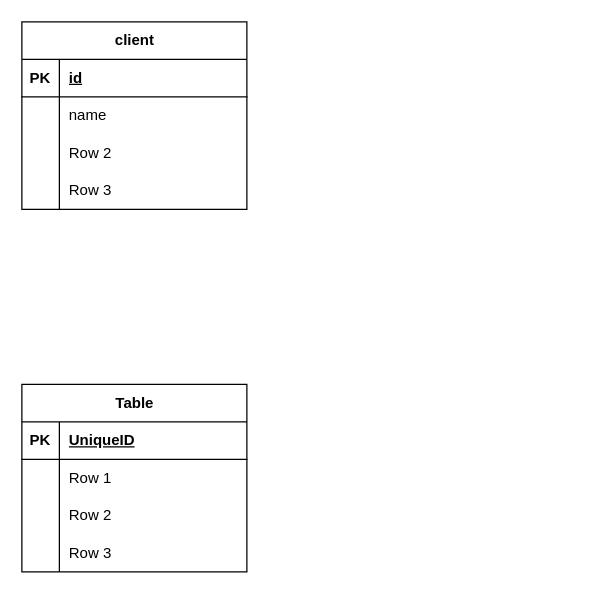
Before: ER.drawio in peguses/education, a draw.io diagram. Source tidied: cells renumbered, new cells numbered last; positions are measured from the earlier drawing's top-left corner, leaving out a move shared by most shapes. Both pictures are drawn from the tidied source at 125%, with x=0, y=0 at pixel (21, 21).
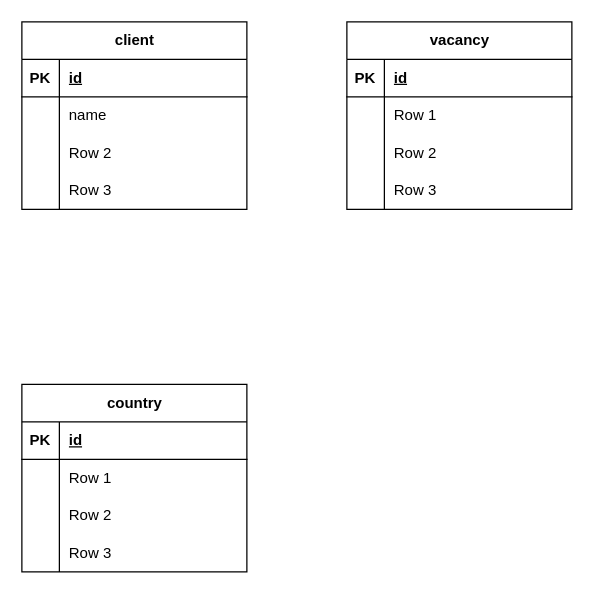
After the change.

Unchanged cells that the change refers to:
```xml
<mxCell id="16" style="shape=tableRow;horizontal=0;startSize=0;swimlaneHead=0;swimlaneBody=0;fillColor=none;top=0;left=0;right=0;bottom=1;" parent="15" vertex="1">
  <mxGeometry y="30" width="180" height="30" as="geometry" />
</mxCell>
```

The edit, as a diff of the source:
```diff
@@
-    <mxCell id="15" value="Table" style="shape=table;startSize=30;childLayout=tableLayout;rowLines=0;fontStyle=1;align=center;html=1;" parent="1" vertex="1">
+    <mxCell id="15" value="country" style="shape=table;startSize=30;childLayout=tableLayout;rowLines=0;fontStyle=1;align=center;html=1;" parent="1" vertex="1">
       <mxGeometry y="290" width="180" height="150" as="geometry" />
     </mxCell>
@@
-    <mxCell id="18" value="UniqueID" style="shape=partialRectangle;fillColor=none;top=0;left=0;bottom=0;right=0;align=left;spacingLeft=6;fontStyle=5;overflow=hidden;whiteSpace=wrap;html=1;" parent="16" vertex="1">
+    <mxCell id="18" value="id" style="shape=partialRectangle;fillColor=none;top=0;left=0;bottom=0;right=0;align=left;spacingLeft=6;fontStyle=5;overflow=hidden;whiteSpace=wrap;html=1;" parent="16" vertex="1">
       <mxGeometry x="30" width="150" height="30" as="geometry" />
     </mxCell>
@@
+    <mxCell id="28" value="vacancy" style="shape=table;startSize=30;childLayout=tableLayout;rowLines=0;fontStyle=1;align=center;html=1;" parent="1" vertex="1">
+      <mxGeometry x="260" width="180" height="150" as="geometry" />
+    </mxCell>
+    <mxCell id="29" style="shape=tableRow;horizontal=0;startSize=0;swimlaneHead=0;swimlaneBody=0;fillColor=none;top=0;left=0;right=0;bottom=1;" parent="28" vertex="1">
+      <mxGeometry y="30" width="180" height="30" as="geometry" />
+    </mxCell>
+    <mxCell id="30" value="PK" style="shape=partialRectangle;fillColor=none;top=0;left=0;bottom=0;right=0;fontStyle=1;overflow=hidden;whiteSpace=wrap;html=1;" parent="29" vertex="1">
+      <mxGeometry width="30" height="30" as="geometry" />
+    </mxCell>
+    <mxCell id="31" value="id" style="shape=partialRectangle;fillColor=none;top=0;left=0;bottom=0;right=0;align=left;spacingLeft=6;fontStyle=5;overflow=hidden;whiteSpace=wrap;html=1;" parent="29" vertex="1">
+      <mxGeometry x="30" width="150" height="30" as="geometry" />
+    </mxCell>
+    <mxCell id="32" style="shape=tableRow;horizontal=0;startSize=0;swimlaneHead=0;swimlaneBody=0;fillColor=none;top=0;left=0;right=0;bottom=0;" parent="28" vertex="1">
+      <mxGeometry y="60" width="180" height="30" as="geometry" />
+    </mxCell>
+    <mxCell id="33" style="shape=partialRectangle;fillColor=none;top=0;left=0;bottom=0;right=0;overflow=hidden;whiteSpace=wrap;html=1;" parent="32" vertex="1">
+      <mxGeometry width="30" height="30" as="geometry" />
+    </mxCell>
+    <mxCell id="34" value="Row 1" style="shape=partialRectangle;fillColor=none;top=0;left=0;bottom=0;right=0;align=left;spacingLeft=6;overflow=hidden;whiteSpace=wrap;html=1;" parent="32" vertex="1">
+      <mxGeometry x="30" width="150" height="30" as="geometry" />
+    </mxCell>
+    <mxCell id="35" style="shape=tableRow;horizontal=0;startSize=0;swimlaneHead=0;swimlaneBody=0;fillColor=none;top=0;left=0;right=0;bottom=0;" parent="28" vertex="1">
+      <mxGeometry y="90" width="180" height="30" as="geometry" />
+    </mxCell>
+    <mxCell id="36" style="shape=partialRectangle;fillColor=none;top=0;left=0;bottom=0;right=0;overflow=hidden;whiteSpace=wrap;html=1;" parent="35" vertex="1">
+      <mxGeometry width="30" height="30" as="geometry" />
+    </mxCell>
+    <mxCell id="37" value="Row 2" style="shape=partialRectangle;fillColor=none;top=0;left=0;bottom=0;right=0;align=left;spacingLeft=6;overflow=hidden;whiteSpace=wrap;html=1;" parent="35" vertex="1">
+      <mxGeometry x="30" width="150" height="30" as="geometry" />
+    </mxCell>
+    <mxCell id="38" style="shape=tableRow;horizontal=0;startSize=0;swimlaneHead=0;swimlaneBody=0;fillColor=none;top=0;left=0;right=0;bottom=0;" parent="28" vertex="1">
+      <mxGeometry y="120" width="180" height="30" as="geometry" />
+    </mxCell>
+    <mxCell id="39" style="shape=partialRectangle;fillColor=none;top=0;left=0;bottom=0;right=0;overflow=hidden;whiteSpace=wrap;html=1;" parent="38" vertex="1">
+      <mxGeometry width="30" height="30" as="geometry" />
+    </mxCell>
+    <mxCell id="40" value="Row 3" style="shape=partialRectangle;fillColor=none;top=0;left=0;bottom=0;right=0;align=left;spacingLeft=6;overflow=hidden;whiteSpace=wrap;html=1;" parent="38" vertex="1">
+      <mxGeometry x="30" width="150" height="30" as="geometry" />
+    </mxCell>
```
